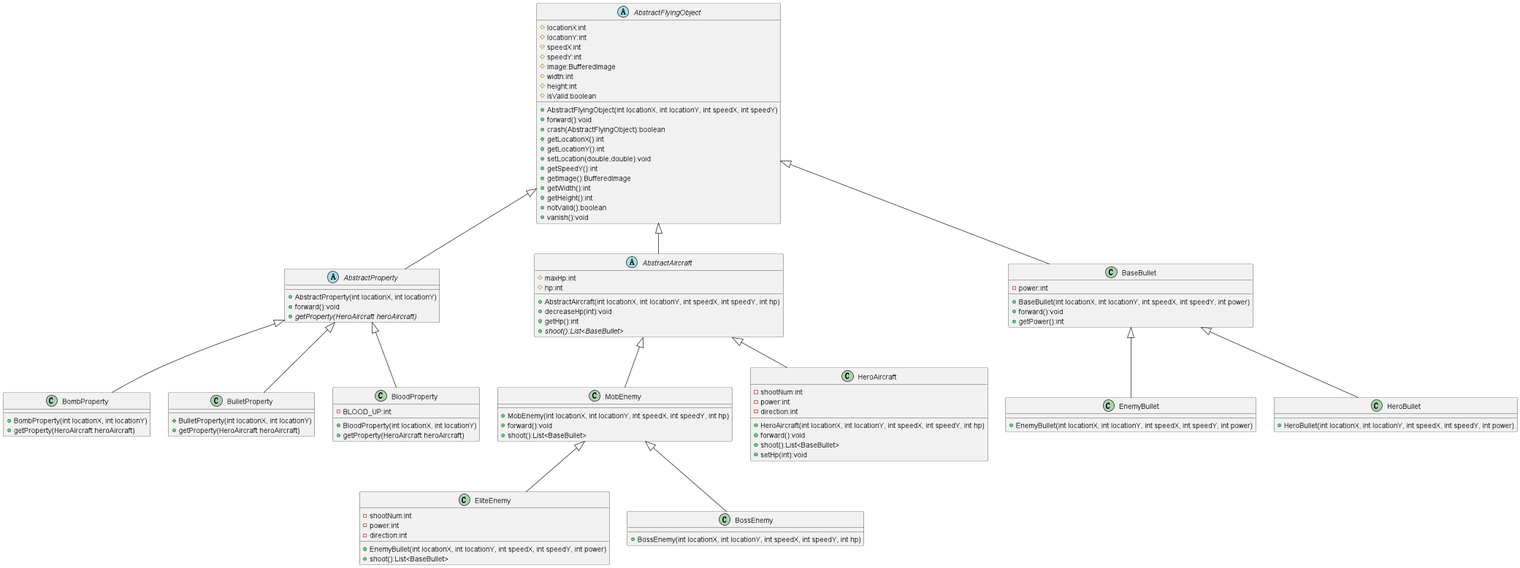
The PlantUML diagram uml-exp1.png in Stone749990226/AircraftWar, before a commit.
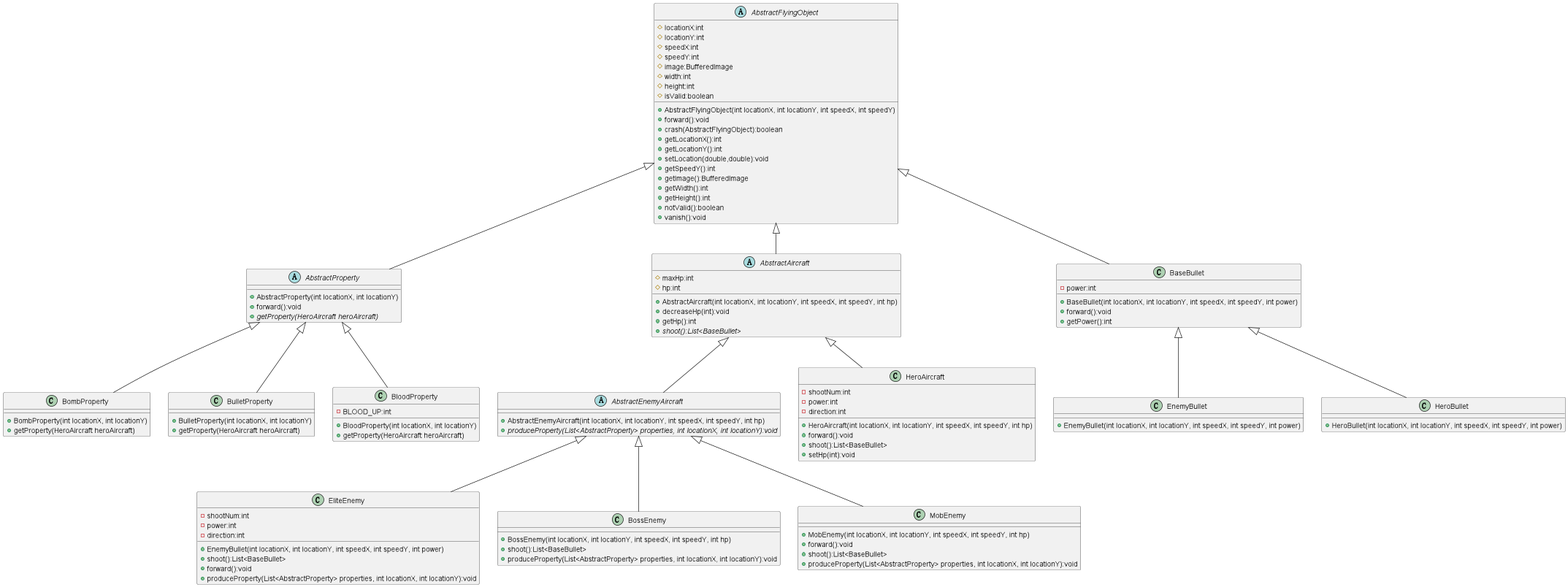
The same file after the commit.

Commit message:
实验一最终版2.0

Change to the diagram source:
```diff
@@ -14,9 +14,13 @@
 - direction:int
 + EnemyBullet(int locationX, int locationY, int speedX, int speedY, int power)
 + shoot():List<BaseBullet>
++ forward():void
++ produceProperty(List<AbstractProperty> properties, int locationX, int locationY):void
 }
 class BossEnemy {
 + BossEnemy(int locationX, int locationY, int speedX, int speedY, int hp)
++ shoot():List<BaseBullet>
++ produceProperty(List<AbstractProperty> properties, int locationX, int locationY):void
 }
 abstract class AbstractAircraft {
 # maxHp:int
@@ -48,10 +52,15 @@
 + notValid():boolean
 + vanish():void
 }
+abstract class AbstractEnemyAircraft {
++ AbstractEnemyAircraft(int locationX, int locationY, int speedX, int speedY, int hp)
++ {abstract} produceProperty(List<AbstractProperty> properties, int locationX, int locationY):void
+}
 class MobEnemy {
 + MobEnemy(int locationX, int locationY, int speedX, int speedY, int hp)
 + forward():void
 + shoot():List<BaseBullet>
++ produceProperty(List<AbstractProperty> properties, int locationX, int locationY):void
 }
 class BulletProperty {
 + BulletProperty(int locationX, int locationY)
@@ -88,12 +97,12 @@
 BaseBullet <|-- EnemyBullet
 BaseBullet <|-- HeroBullet
 AbstractProperty <|-- BombProperty
-MobEnemy <|-- EliteEnemy
-MobEnemy <|-- BossEnemy
+AbstractEnemyAircraft <|-- EliteEnemy
+AbstractEnemyAircraft <|-- BossEnemy
 AbstractFlyingObject <|-- AbstractAircraft
-AbstractAircraft <|-- MobEnemy
+AbstractEnemyAircraft <|-- MobEnemy
 AbstractProperty <|-- BulletProperty
 AbstractAircraft <|-- HeroAircraft
 AbstractProperty <|-- BloodProperty
-
+AbstractAircraft <|-- AbstractEnemyAircraft
 @enduml
```
